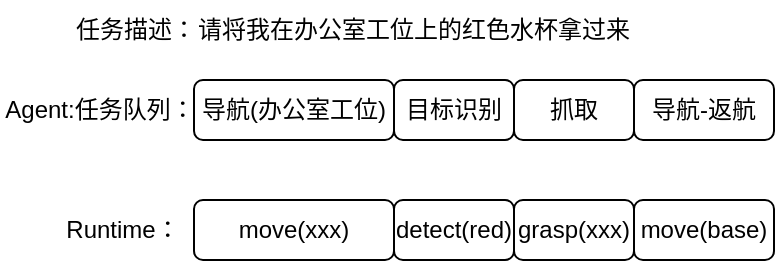
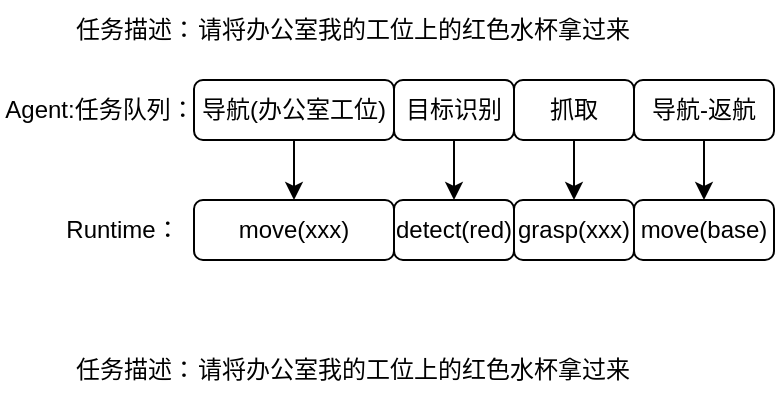
<mxfile host="app.diagrams.net">
  <diagram name="第 1 页" id="AqDmRzZVIJ-5uyctXJOA">
    <mxGraphModel dx="656" dy="360" grid="1" gridSize="10" guides="1" tooltips="1" connect="1" arrows="1" fold="1" page="1" pageScale="1" pageWidth="2339" pageHeight="3300" math="0" shadow="0">
      <root>
        <mxCell id="0" />
        <mxCell id="1" parent="0" />
+         <mxCell id="TX6EBbOIm9mCNyf-wsjQ-15" edge="1" parent="1" source="TX6EBbOIm9mCNyf-wsjQ-1" style="edgeStyle=orthogonalEdgeStyle;rounded=0;orthogonalLoop=1;jettySize=auto;html=1;exitX=0.5;exitY=1;exitDx=0;exitDy=0;entryX=0.5;entryY=0;entryDx=0;entryDy=0;" target="TX6EBbOIm9mCNyf-wsjQ-11">
+           <mxGeometry relative="1" as="geometry" />
+         </mxCell>
        <mxCell id="TX6EBbOIm9mCNyf-wsjQ-1" parent="1" style="rounded=1;whiteSpace=wrap;html=1;" value="导航(办公室工位)" vertex="1">
          <mxGeometry height="30" width="100" x="120" y="370" as="geometry" />
        </mxCell>
        <mxCell id="TX6EBbOIm9mCNyf-wsjQ-2" parent="1" style="text;html=1;whiteSpace=wrap;strokeColor=none;fillColor=none;align=center;verticalAlign=middle;rounded=0;" value="Agent:任务队列：" vertex="1">
          <mxGeometry height="30" width="100" x="23" y="370" as="geometry" />
        </mxCell>
        <mxCell id="TX6EBbOIm9mCNyf-wsjQ-3" parent="1" style="text;html=1;whiteSpace=wrap;strokeColor=none;fillColor=none;align=center;verticalAlign=middle;rounded=0;" value="任务描述：" vertex="1">
          <mxGeometry height="30" width="70" x="56" y="330" as="geometry" />
        </mxCell>
-         <mxCell id="TX6EBbOIm9mCNyf-wsjQ-4" parent="1" style="text;html=1;whiteSpace=wrap;strokeColor=none;fillColor=none;align=center;verticalAlign=middle;rounded=0;" value="请将我在办公室工位上的红色水杯拿过来" vertex="1">
+         <mxCell id="TX6EBbOIm9mCNyf-wsjQ-4" parent="1" style="text;html=1;whiteSpace=wrap;strokeColor=none;fillColor=none;align=center;verticalAlign=middle;rounded=0;" value="请将办公室我的工位上的红色水杯拿过来" vertex="1">
          <mxGeometry height="30" width="220" x="120" y="330" as="geometry" />
+         </mxCell>
+         <mxCell id="TX6EBbOIm9mCNyf-wsjQ-16" edge="1" parent="1" source="TX6EBbOIm9mCNyf-wsjQ-5" style="edgeStyle=orthogonalEdgeStyle;rounded=0;orthogonalLoop=1;jettySize=auto;html=1;exitX=0.5;exitY=1;exitDx=0;exitDy=0;entryX=0.5;entryY=0;entryDx=0;entryDy=0;" target="TX6EBbOIm9mCNyf-wsjQ-12">
+           <mxGeometry relative="1" as="geometry" />
        </mxCell>
        <mxCell id="TX6EBbOIm9mCNyf-wsjQ-5" parent="1" style="rounded=1;whiteSpace=wrap;html=1;" value="目标识别" vertex="1">
          <mxGeometry height="30" width="60" x="220" y="370" as="geometry" />
        </mxCell>
+         <mxCell id="TX6EBbOIm9mCNyf-wsjQ-17" edge="1" parent="1" source="TX6EBbOIm9mCNyf-wsjQ-6" style="edgeStyle=orthogonalEdgeStyle;rounded=0;orthogonalLoop=1;jettySize=auto;html=1;exitX=0.5;exitY=1;exitDx=0;exitDy=0;entryX=0.5;entryY=0;entryDx=0;entryDy=0;" target="TX6EBbOIm9mCNyf-wsjQ-13">
+           <mxGeometry relative="1" as="geometry" />
+         </mxCell>
        <mxCell id="TX6EBbOIm9mCNyf-wsjQ-6" parent="1" style="rounded=1;whiteSpace=wrap;html=1;" value="抓取" vertex="1">
          <mxGeometry height="30" width="60" x="280" y="370" as="geometry" />
+         </mxCell>
+         <mxCell id="TX6EBbOIm9mCNyf-wsjQ-18" edge="1" parent="1" source="TX6EBbOIm9mCNyf-wsjQ-7" style="edgeStyle=orthogonalEdgeStyle;rounded=0;orthogonalLoop=1;jettySize=auto;html=1;exitX=0.5;exitY=1;exitDx=0;exitDy=0;entryX=0.5;entryY=0;entryDx=0;entryDy=0;" target="TX6EBbOIm9mCNyf-wsjQ-14">
+           <mxGeometry relative="1" as="geometry" />
        </mxCell>
        <mxCell id="TX6EBbOIm9mCNyf-wsjQ-7" parent="1" style="rounded=1;whiteSpace=wrap;html=1;" value="导航-返航" vertex="1">
          <mxGeometry height="30" width="70" x="340" y="370" as="geometry" />
        </mxCell>
        <mxCell id="TX6EBbOIm9mCNyf-wsjQ-8" parent="1" style="text;html=1;whiteSpace=wrap;strokeColor=none;fillColor=none;align=center;verticalAlign=middle;rounded=0;" value="Runtime：" vertex="1">
          <mxGeometry height="30" width="57" x="56" y="430" as="geometry" />
        </mxCell>
        <mxCell id="TX6EBbOIm9mCNyf-wsjQ-11" parent="1" style="rounded=1;whiteSpace=wrap;html=1;" value="move(xxx)" vertex="1">
          <mxGeometry height="30" width="100" x="120" y="430" as="geometry" />
        </mxCell>
        <mxCell id="TX6EBbOIm9mCNyf-wsjQ-12" parent="1" style="rounded=1;whiteSpace=wrap;html=1;" value="detect(red)" vertex="1">
          <mxGeometry height="30" width="60" x="220" y="430" as="geometry" />
        </mxCell>
        <mxCell id="TX6EBbOIm9mCNyf-wsjQ-13" parent="1" style="rounded=1;whiteSpace=wrap;html=1;" value="grasp(xxx)" vertex="1">
          <mxGeometry height="30" width="60" x="280" y="430" as="geometry" />
        </mxCell>
        <mxCell id="TX6EBbOIm9mCNyf-wsjQ-14" parent="1" style="rounded=1;whiteSpace=wrap;html=1;" value="move(base)" vertex="1">
          <mxGeometry height="30" width="70" x="340" y="430" as="geometry" />
        </mxCell>
+         <mxCell id="TX6EBbOIm9mCNyf-wsjQ-19" parent="1" style="text;html=1;whiteSpace=wrap;strokeColor=none;fillColor=none;align=center;verticalAlign=middle;rounded=0;" value="请将办公室我的工位上的红色水杯拿过来" vertex="1">
+           <mxGeometry height="30" width="220" x="120" y="500" as="geometry" />
+         </mxCell>
+         <mxCell id="TX6EBbOIm9mCNyf-wsjQ-20" parent="1" style="text;html=1;whiteSpace=wrap;strokeColor=none;fillColor=none;align=center;verticalAlign=middle;rounded=0;" value="任务描述：" vertex="1">
+           <mxGeometry height="30" width="70" x="56" y="500" as="geometry" />
+         </mxCell>
      </root>
    </mxGraphModel>
  </diagram>
</mxfile>
